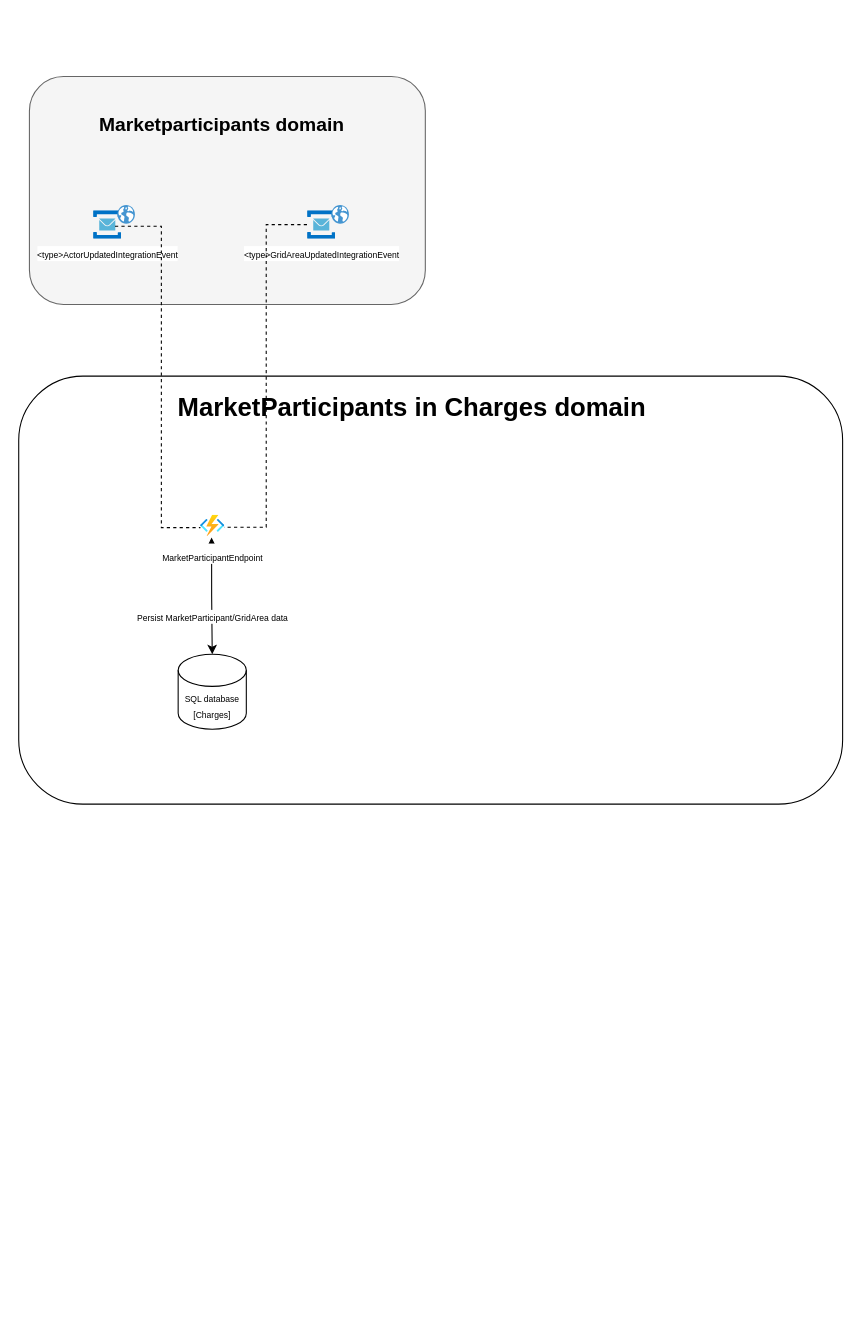
This is page "SupportingArcitecture" (3 of 4) of ARCHITECTURE.drawio from Energinet-DataHub/ARCHIVED-geh-charges, a draw.io file, before an edit. Source tidied: cells renumbered, new cells numbered last; positions are measured from the earlier drawing's top-left corner, leaving out a move shared by most shapes. Both pictures are drawn from the tidied source at 107%, with x=0, y=0 at pixel (18, 76).
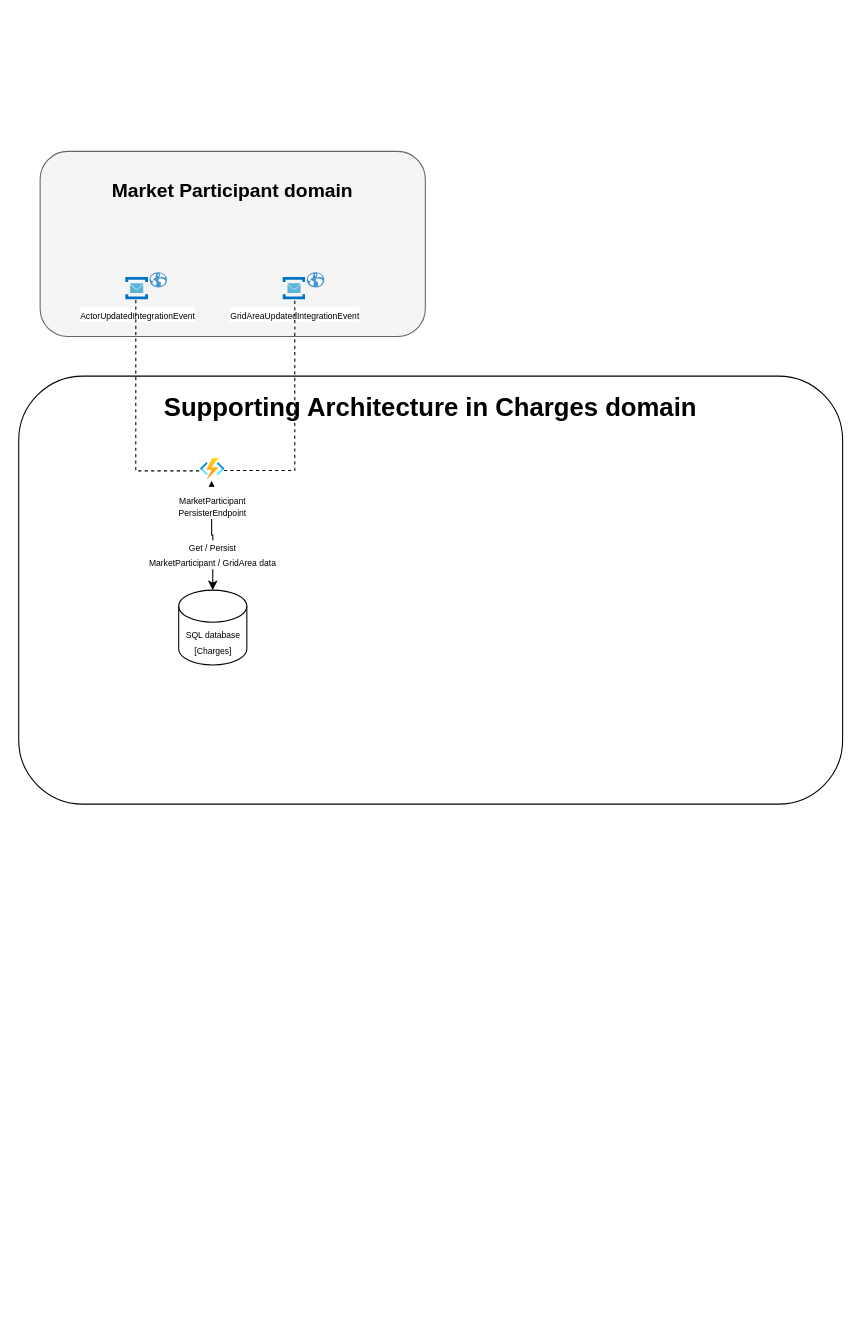
After the change.

Commit message (it also covers changes not shown here):
changes related to architecture diagram

The edit, as a diff of the source:
```diff
@@
 <mxGraphModel>
   <root>
     <mxCell id="0" />
     <mxCell id="1" parent="0" />
-    <mxCell id="2" style="group;" parent="1" vertex="1">
-      <mxGeometry x="60" width="370" height="213" as="geometry" />
-    </mxCell>
+    <mxCell id="20" style="group;" parent="1" vertex="1">
+      <mxGeometry x="20" y="70" width="360" height="173" as="geometry" />
+    </mxCell>
-    <mxCell id="3" value="&lt;h2&gt;&lt;br&gt;&lt;/h2&gt;" style="rounded=1;whiteSpace=wrap;html=1;labelPosition=center;verticalLabelPosition=top;align=center;verticalAlign=bottom;fillColor=#f5f5f5;strokeColor=#666666;fontColor=#333333;" parent="2" vertex="1">
-      <mxGeometry x="-50" width="370" height="213" as="geometry" />
+    <mxCell id="3" value="&lt;h2&gt;&lt;br&gt;&lt;/h2&gt;" style="rounded=1;whiteSpace=wrap;html=1;labelPosition=center;verticalLabelPosition=top;align=center;verticalAlign=bottom;fillColor=#f5f5f5;strokeColor=#666666;fontColor=#333333;" parent="20" vertex="1">
+      <mxGeometry width="360" height="173" as="geometry" />
     </mxCell>
-    <mxCell id="4" value="&lt;b&gt;&lt;font style=&quot;font-size: 18px&quot;&gt;Marketparticipants domain&lt;/font&gt;&lt;/b&gt;" style="text;html=1;strokeColor=none;fillColor=none;align=center;verticalAlign=middle;whiteSpace=wrap;rounded=0;" parent="2" vertex="1">
-      <mxGeometry y="13.8" width="260" height="62.5" as="geometry" />
+    <mxCell id="4" value="&lt;b&gt;&lt;font style=&quot;font-size: 18px&quot;&gt;Market Participant domain&lt;/font&gt;&lt;/b&gt;" style="text;html=1;strokeColor=none;fillColor=none;align=center;verticalAlign=middle;whiteSpace=wrap;rounded=0;" parent="20" vertex="1">
+      <mxGeometry x="50" y="11.2" width="260" height="50.7" as="geometry" />
     </mxCell>
+    <mxCell id="8" style="group;labelBackgroundColor=none;labelBorderColor=none;" parent="20" vertex="1">
+      <mxGeometry x="227" y="112.9" width="38.7" height="33.3" as="geometry" />
+    </mxCell>
+    <mxCell id="9" value="&lt;span style=&quot;font-size: 8px&quot;&gt;GridAreaUpdatedIntegrationEvent&lt;/span&gt;" style="html=1;points=[];align=center;image;fontSize=12;image=img/lib/mscae/Service_Bus.svg;" parent="8" vertex="1">
+      <mxGeometry y="4.6" width="21.5" height="21.5" as="geometry" />
+    </mxCell>
+    <mxCell id="10" style="shadow=0;dashed=0;html=1;strokeColor=none;fillColor=#4495D1;labelPosition=center;verticalLabelPosition=bottom;verticalAlign=top;align=center;shape=mxgraph.veeam.globe;" parent="8" vertex="1">
+      <mxGeometry x="22.2" width="16.4" height="14.2" as="geometry" />
+    </mxCell>
-    <mxCell id="5" style="group;labelBackgroundColor=none;labelBorderColor=none;" parent="2" vertex="1">
-      <mxGeometry x="10" y="120" width="38.7" height="41" as="geometry" />
+    <mxCell id="5" style="group;labelBackgroundColor=none;labelBorderColor=none;" parent="20" vertex="1">
+      <mxGeometry x="80" y="112.9" width="38.7" height="33.3" as="geometry" />
     </mxCell>
-    <mxCell id="6" value="&lt;span style=&quot;font-size: 8px&quot;&gt;&amp;lt;type&amp;gt;ActorUpdatedIntegrationEvent&lt;/span&gt;" style="html=1;points=[];align=center;image;fontSize=12;image=img/lib/mscae/Service_Bus.svg;" parent="5" vertex="1">
-      <mxGeometry y="5.6" width="26.5" height="26.5" as="geometry" />
+    <mxCell id="6" value="&lt;span style=&quot;font-size: 8px&quot;&gt;ActorUpdatedIntegrationEvent&lt;/span&gt;" style="html=1;points=[];align=center;image;fontSize=12;image=img/lib/mscae/Service_Bus.svg;" parent="5" vertex="1">
+      <mxGeometry y="4.6" width="21.5" height="21.5" as="geometry" />
     </mxCell>
     <mxCell id="7" style="shadow=0;dashed=0;html=1;strokeColor=none;fillColor=#4495D1;labelPosition=center;verticalLabelPosition=bottom;verticalAlign=top;align=center;shape=mxgraph.veeam.globe;" parent="5" vertex="1">
-      <mxGeometry x="22.2" width="16.4" height="17.5" as="geometry" />
+      <mxGeometry x="22.2" width="16.4" height="14.2" as="geometry" />
     </mxCell>
-    <mxCell id="8" style="group;labelBackgroundColor=none;labelBorderColor=none;" parent="2" vertex="1">
-      <mxGeometry x="210" y="120" width="38.7" height="41" as="geometry" />
-    </mxCell>
-    <mxCell id="9" value="&lt;span style=&quot;font-size: 8px&quot;&gt;&amp;lt;type&amp;gt;GridAreaUpdatedIntegrationEvent&lt;/span&gt;" style="html=1;points=[];align=center;image;fontSize=12;image=img/lib/mscae/Service_Bus.svg;" parent="8" vertex="1">
-      <mxGeometry y="5.6" width="26.5" height="26.5" as="geometry" />
-    </mxCell>
-    <mxCell id="10" style="shadow=0;dashed=0;html=1;strokeColor=none;fillColor=#4495D1;labelPosition=center;verticalLabelPosition=bottom;verticalAlign=top;align=center;shape=mxgraph.veeam.globe;" parent="8" vertex="1">
-      <mxGeometry x="22.2" width="16.4" height="17.5" as="geometry" />
-    </mxCell>
-    <mxCell id="11" style="opacity=50;textOpacity=50;strokeColor=none;" parent="1" vertex="1">
-      <mxGeometry y="280" width="770" height="885.6" as="geometry" />
-    </mxCell>
-    <mxCell id="12" style="rounded=1;whiteSpace=wrap;html=1;" parent="11" vertex="1">
-      <mxGeometry width="770" height="400" as="geometry" />
+    <mxCell id="12" style="rounded=1;whiteSpace=wrap;html=1;" parent="1" vertex="1">
+      <mxGeometry y="280" width="770" height="400" as="geometry" />
     </mxCell>
-    <mxCell id="13" style="group;" parent="11" vertex="1">
-      <mxGeometry x="304.8" y="720" width="253.4" height="127.8" as="geometry" />
+    <mxCell id="13" style="group;" parent="1" vertex="1">
+      <mxGeometry x="304.8" y="1000" width="253.4" height="127.8" as="geometry" />
     </mxCell>
-    <mxCell id="14" value="&lt;span style=&quot;font-size: 8px&quot;&gt;Persist MarketParticipant/GridArea data&lt;/span&gt;" style="edgeStyle=orthogonalEdgeStyle;rounded=0;jettySize=auto;html=1;startArrow=classic;startFill=1;entryX=0.5;entryY=0;entryDx=0;entryDy=0;entryPerimeter=0;exitX=0.454;exitY=1.045;exitDx=0;exitDy=0;exitPerimeter=0;" parent="11" edge="1" source="15" target="17">
+    <mxCell id="14" value="&lt;span style=&quot;font-size: 8px&quot;&gt;Get / Persist &lt;br&gt;MarketParticipant / GridArea data&lt;/span&gt;" style="edgeStyle=orthogonalEdgeStyle;rounded=0;jettySize=auto;html=1;startArrow=classic;startFill=1;entryX=0.5;entryY=0;entryDx=0;entryDy=0;entryPerimeter=0;exitX=0.454;exitY=1.045;exitDx=0;exitDy=0;exitPerimeter=0;" parent="1" edge="1" source="15" target="17">
       <mxGeometry x="0.36" relative="1" as="geometry" />
     </mxCell>
-    <mxCell id="15" value="&lt;font style=&quot;font-size: 8px&quot;&gt;&lt;pre style=&quot;background-color: #262626 ; color: #d0d0d0 ; font-family: &amp;#34;jetbrains mono&amp;#34; , monospace ; font-size: 9 8pt&quot;&gt;&lt;/pre&gt;MarketParticipantEndpoint&lt;br&gt;&lt;/font&gt;" style="html=1;points=[];align=center;image;fontSize=9;image=img/lib/azure2/compute/Function_Apps.svg;labelPosition=center;verticalLabelPosition=bottom;verticalAlign=top;" parent="11" vertex="1">
-      <mxGeometry x="170" y="130" width="22.6" height="20" as="geometry" />
+    <mxCell id="15" value="&lt;font style=&quot;font-size: 8px&quot;&gt;&lt;pre style=&quot;background-color: #262626 ; color: #d0d0d0 ; font-family: &amp;quot;jetbrains mono&amp;quot; , monospace ; font-size: 9 8pt&quot;&gt;&lt;/pre&gt;MarketParticipant&lt;br&gt;PersisterEndpoint&lt;br&gt;&lt;/font&gt;" style="html=1;points=[];align=center;image;fontSize=9;image=img/lib/azure2/compute/Function_Apps.svg;labelPosition=center;verticalLabelPosition=bottom;verticalAlign=top;" parent="1" vertex="1">
+      <mxGeometry x="170" y="357" width="22.6" height="20" as="geometry" />
     </mxCell>
-    <mxCell id="16" value="&lt;h1&gt;MarketParticipants in Charges domain&lt;br&gt;&lt;/h1&gt;" style="text;html=1;strokeColor=none;fillColor=#FFFFFF;spacing=5;spacingTop=-20;whiteSpace=wrap;overflow=hidden;rounded=0;dashed=1;" parent="11" vertex="1">
-      <mxGeometry x="144.3" y="10" width="481.4" height="36.5" as="geometry" />
+    <mxCell id="16" value="&lt;h1&gt;Supporting Architecture in Charges domain&lt;br&gt;&lt;/h1&gt;" style="text;html=1;strokeColor=none;fillColor=#FFFFFF;spacing=5;spacingTop=-20;whiteSpace=wrap;overflow=hidden;rounded=0;dashed=1;align=center;" parent="1" vertex="1">
+      <mxGeometry x="60" y="290" width="650" height="36.5" as="geometry" />
     </mxCell>
-    <mxCell id="17" value="&lt;font style=&quot;font-size: 8px&quot;&gt;SQL database&lt;br&gt;[Charges]&lt;br&gt;&lt;/font&gt;" style="shape=cylinder3;whiteSpace=wrap;html=1;boundedLbl=1;backgroundOutline=1;size=15;" parent="11" vertex="1">
-      <mxGeometry x="149" y="260" width="63.7" height="70" as="geometry" />
+    <mxCell id="17" value="&lt;font style=&quot;font-size: 8px&quot;&gt;SQL database&lt;br&gt;[Charges]&lt;br&gt;&lt;/font&gt;" style="shape=cylinder3;whiteSpace=wrap;html=1;boundedLbl=1;backgroundOutline=1;size=15;" parent="1" vertex="1">
+      <mxGeometry x="149.5" y="480" width="63.7" height="70" as="geometry" />
     </mxCell>
-    <mxCell id="18" style="edgeStyle=orthogonalEdgeStyle;rounded=0;jettySize=auto;html=1;startArrow=none;startFill=0;endArrow=none;endFill=0;dashed=1;entryX=-0.008;entryY=0.58;entryDx=0;entryDy=0;entryPerimeter=0;exitX=0.754;exitY=0.542;exitDx=0;exitDy=0;exitPerimeter=0;" parent="1" edge="1" source="6" target="15">
+    <mxCell id="18" style="edgeStyle=orthogonalEdgeStyle;rounded=0;jettySize=auto;html=1;startArrow=none;startFill=0;endArrow=none;endFill=0;dashed=1;entryX=-0.008;entryY=0.58;entryDx=0;entryDy=0;entryPerimeter=0;exitX=0.439;exitY=0.994;exitDx=0;exitDy=0;exitPerimeter=0;" parent="1" edge="1" source="6" target="15">
       <mxGeometry relative="1" as="geometry" />
     </mxCell>
-    <mxCell id="19" style="edgeStyle=orthogonalEdgeStyle;rounded=0;jettySize=auto;html=1;startArrow=none;startFill=0;endArrow=none;endFill=0;dashed=1;entryX=0.972;entryY=0.561;entryDx=0;entryDy=0;entryPerimeter=0;exitX=-0.023;exitY=0.483;exitDx=0;exitDy=0;exitPerimeter=0;" parent="1" edge="1" source="9" target="15">
+    <mxCell id="19" style="edgeStyle=orthogonalEdgeStyle;rounded=0;jettySize=auto;html=1;startArrow=none;startFill=0;endArrow=none;endFill=0;dashed=1;entryX=0.972;entryY=0.561;entryDx=0;entryDy=0;entryPerimeter=0;exitX=0.512;exitY=1.026;exitDx=0;exitDy=0;exitPerimeter=0;" parent="1" edge="1" source="9" target="15">
       <mxGeometry relative="1" as="geometry" />
     </mxCell>
   </root>
 </mxGraphModel>
```
